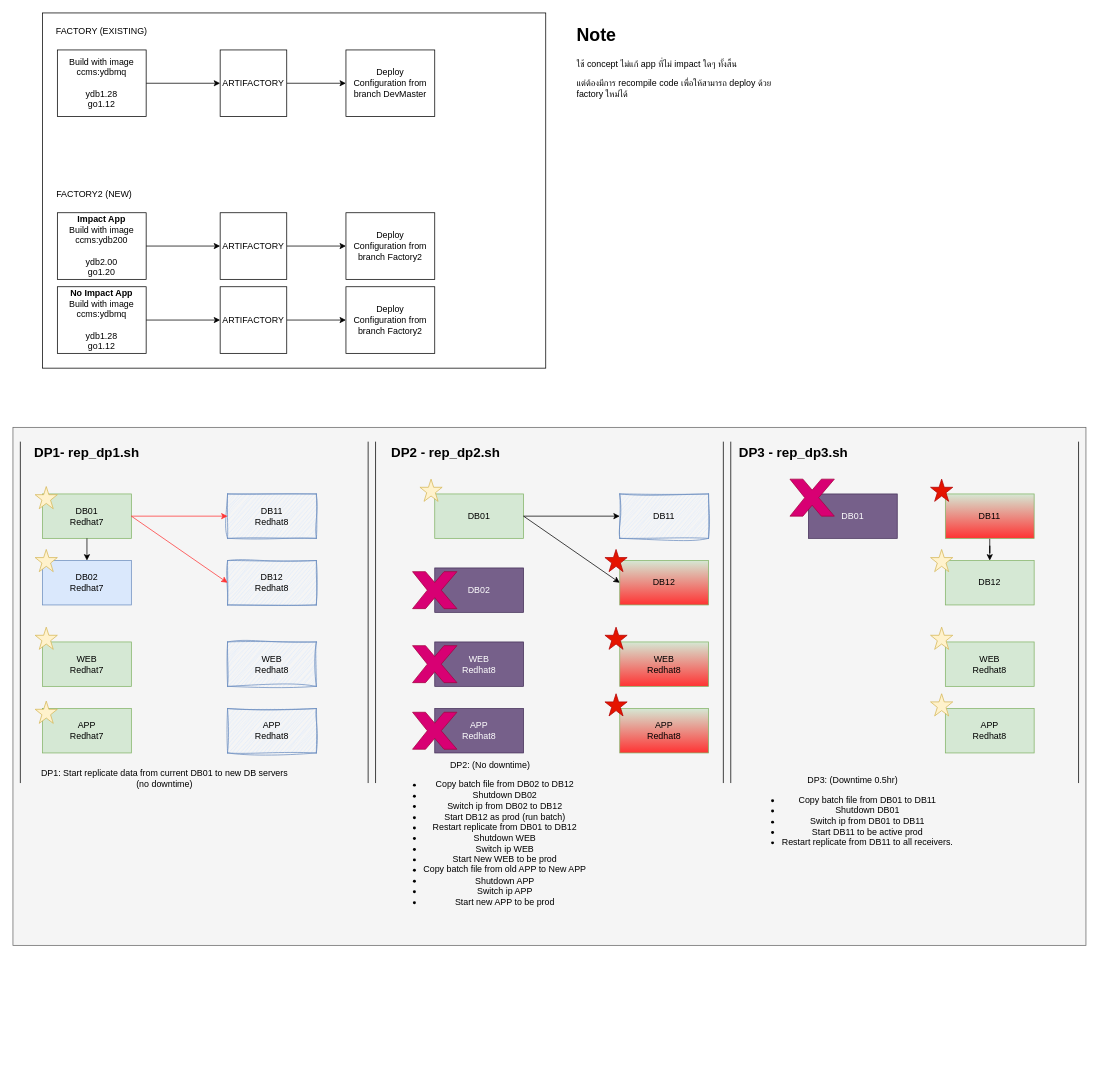
Before: page "EOS LINUX" (3 of 5) of CCMS_Project.drawio in chawaratr/drawio, a draw.io diagram. Source tidied: cells renumbered, new cells numbered last; positions are measured from the earlier drawing's top-left corner, leaving out a move shared by most shapes. Both pictures are drawn from the tidied source at 74%, with x=0, y=0 at pixel (13, 13).
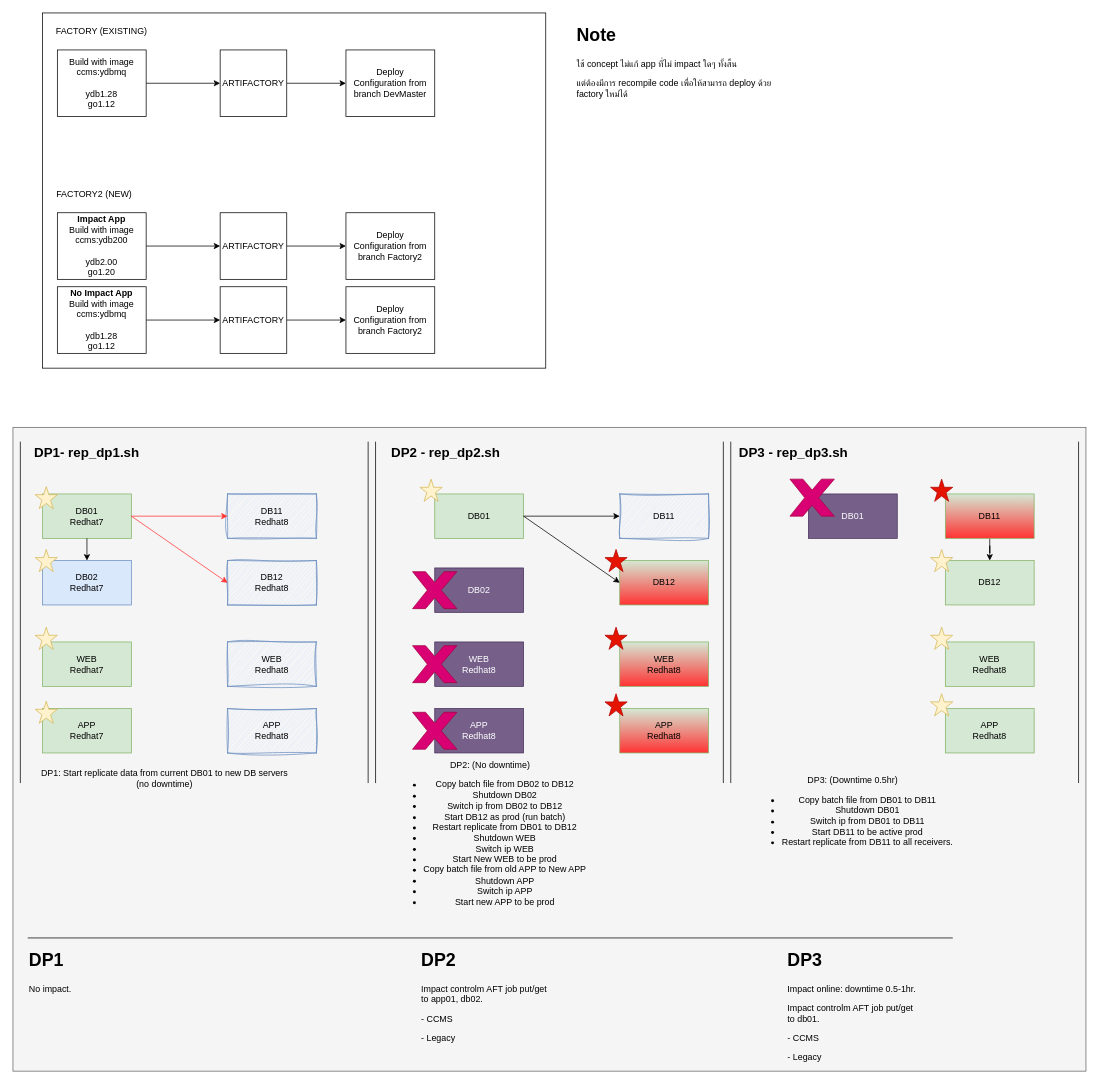
After the change.

Diff of the diagram source:
```diff
@@
     <mxCell id="2" style="rounded=0;whiteSpace=wrap;html=1;fillColor=#f5f5f5;fontColor=#333333;strokeColor=#666666;" parent="1" vertex="1">
-      <mxGeometry y="560" width="1450" height="700" as="geometry" />
+      <mxGeometry y="560" width="1450" height="870" as="geometry" />
     </mxCell>
@@
+    <mxCell id="74" style="endArrow=none;html=1;rounded=0;" parent="1" edge="1">
+      <mxGeometry relative="1" as="geometry">
+        <mxPoint x="20" y="1250" as="sourcePoint" />
+        <mxPoint x="1270" y="1250" as="targetPoint" />
+      </mxGeometry>
+    </mxCell>
+    <mxCell id="75" value="&lt;h1 style=&quot;margin-top: 0px;&quot;&gt;DP1&lt;/h1&gt;&lt;p&gt;No impact.&lt;/p&gt;" style="text;html=1;whiteSpace=wrap;overflow=hidden;rounded=0;" parent="1" vertex="1">
+      <mxGeometry x="20" y="1260" width="180" height="120" as="geometry" />
+    </mxCell>
+    <mxCell id="76" value="&lt;h1 style=&quot;margin-top: 0px;&quot;&gt;DP2&lt;/h1&gt;&lt;p&gt;Impact controlm AFT job put/get to app01, db02.&lt;/p&gt;&lt;p&gt;- CCMS&lt;/p&gt;&lt;p&gt;- Legacy&lt;/p&gt;" style="text;html=1;whiteSpace=wrap;overflow=hidden;rounded=0;" parent="1" vertex="1">
+      <mxGeometry x="550" y="1260" width="180" height="150" as="geometry" />
+    </mxCell>
+    <mxCell id="77" value="&lt;h1 style=&quot;margin-top: 0px;&quot;&gt;DP3&lt;/h1&gt;&lt;p&gt;Impact online: downtime 0.5-1hr.&lt;/p&gt;&lt;p&gt;Impact controlm AFT job put/get to db01.&lt;/p&gt;&lt;p&gt;- CCMS&lt;/p&gt;&lt;p&gt;- Legacy&lt;/p&gt;" style="text;html=1;whiteSpace=wrap;overflow=hidden;rounded=0;" parent="1" vertex="1">
+      <mxGeometry x="1045" y="1260" width="180" height="160" as="geometry" />
+    </mxCell>
```
